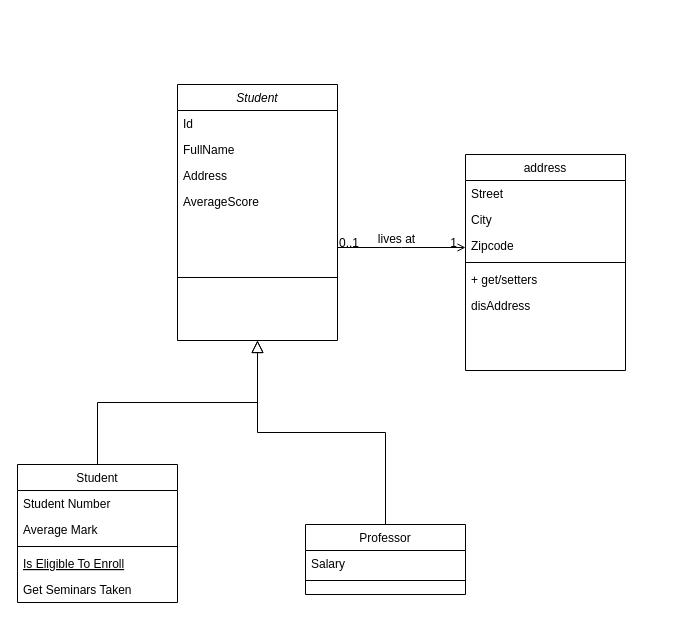
This is Biểu đồ không có tiêu đề.drawio from davidbachngo/david, a draw.io file, before an edit. Source tidied: cells renumbered, new cells numbered last; positions are measured from the earlier drawing's top-left corner, leaving out a move shared by most shapes. Both pictures are drawn from the tidied source at 100%, with x=0, y=0 at pixel (17, 84).
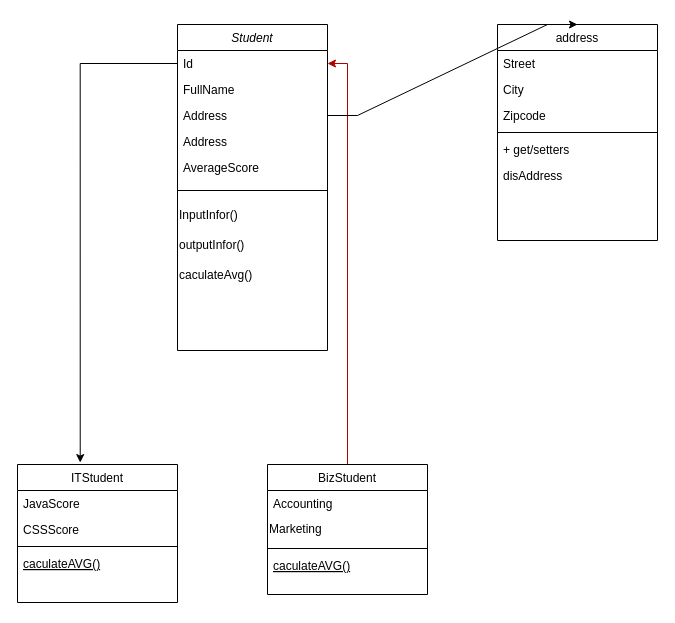
The same page after the edit.

Commit message (it also covers changes not shown here):
Cập nhật Biểu đồ không có tiêu đề.drawio

What changed in the source:
```diff
@@
     <mxCell id="2" value="Student" style="swimlane;fontStyle=2;align=center;verticalAlign=top;horizontal=1;startSize=26;rounded=0;shadow=0;strokeWidth=1;" parent="1" vertex="1">
-      <mxGeometry x="160" width="160" height="256" as="geometry" />
+      <mxGeometry x="160" y="-60" width="150" height="326" as="geometry" />
     </mxCell>
     <mxCell id="3" value="Id" style="text;align=left;verticalAlign=top;spacingLeft=4;spacingRight=4;overflow=hidden;points=[[0,0.5],[1,0.5]];portConstraint=eastwest;" parent="2" vertex="1">
-      <mxGeometry y="26" width="160" height="26" as="geometry" />
+      <mxGeometry y="26" width="150" height="26" as="geometry" />
     </mxCell>
     <mxCell id="4" value="FullName&#10;" style="text;align=left;verticalAlign=top;spacingLeft=4;spacingRight=4;overflow=hidden;rounded=0;shadow=0;html=0;" parent="2" vertex="1">
-      <mxGeometry y="52" width="160" height="26" as="geometry" />
+      <mxGeometry y="52" width="150" height="26" as="geometry" />
     </mxCell>
     <mxCell id="5" value="Address" style="text;align=left;verticalAlign=top;spacingLeft=4;spacingRight=4;overflow=hidden;points=[[0,0.5],[1,0.5]];portConstraint=eastwest;rounded=0;shadow=0;html=0;" parent="2" vertex="1">
-      <mxGeometry y="78" width="160" height="26" as="geometry" />
+      <mxGeometry y="78" width="150" height="26" as="geometry" />
     </mxCell>
+    <mxCell id="30" value="Address" style="text;align=left;verticalAlign=top;spacingLeft=4;spacingRight=4;overflow=hidden;rounded=0;shadow=0;html=0;" parent="2" vertex="1">
+      <mxGeometry y="104" width="150" height="26" as="geometry" />
+    </mxCell>
     <mxCell id="6" value="AverageScore" style="text;align=left;verticalAlign=top;spacingLeft=4;spacingRight=4;overflow=hidden;" parent="2" vertex="1">
-      <mxGeometry y="104" width="160" height="26" as="geometry" />
+      <mxGeometry y="130" width="150" height="26" as="geometry" />
     </mxCell>
     <mxCell id="7" style="line;html=1;strokeWidth=1;align=left;verticalAlign=middle;spacingTop=-1;spacingLeft=3;spacingRight=3;labelPosition=right;" parent="2" vertex="1">
-      <mxGeometry y="130" width="160" height="126" as="geometry" />
+      <mxGeometry y="156" width="150" height="20" as="geometry" />
     </mxCell>
+    <mxCell id="31" value="InputInfor()" style="text;strokeColor=none;align=left;fillColor=none;html=1;verticalAlign=middle;whiteSpace=wrap;rounded=0;" parent="2" vertex="1">
+      <mxGeometry y="176" width="150" height="30" as="geometry" />
+    </mxCell>
+    <mxCell id="32" value="outputInfor()" style="text;strokeColor=none;align=left;fillColor=none;html=1;verticalAlign=middle;whiteSpace=wrap;rounded=0;" parent="2" vertex="1">
+      <mxGeometry y="206" width="150" height="30" as="geometry" />
+    </mxCell>
+    <mxCell id="33" value="caculateAvg()" style="text;strokeColor=none;align=left;fillColor=none;html=1;verticalAlign=middle;whiteSpace=wrap;rounded=0;" parent="2" vertex="1">
+      <mxGeometry y="236" width="150" height="30" as="geometry" />
+    </mxCell>
+    <mxCell id="34" value="&lt;p class=&quot;MsoNormal&quot;&gt;&lt;br&gt;&lt;/p&gt;" style="text;whiteSpace=wrap;html=1;" parent="2" vertex="1">
+      <mxGeometry y="266" width="150" height="60" as="geometry" />
+    </mxCell>
-    <mxCell id="8" value="Student" style="swimlane;fontStyle=0;align=center;verticalAlign=top;horizontal=1;startSize=26;rounded=0;shadow=0;strokeWidth=1;" parent="1" vertex="1">
+    <mxCell id="8" value="ITStudent" style="swimlane;fontStyle=0;align=center;verticalAlign=top;horizontal=1;startSize=26;rounded=0;shadow=0;strokeWidth=1;" parent="1" vertex="1">
       <mxGeometry y="380" width="160" height="138" as="geometry" />
     </mxCell>
-    <mxCell id="9" value="Student Number" style="text;align=left;verticalAlign=top;spacingLeft=4;spacingRight=4;overflow=hidden;" parent="8" vertex="1">
+    <mxCell id="9" value="JavaScore" style="text;align=left;verticalAlign=top;spacingLeft=4;spacingRight=4;overflow=hidden;" parent="8" vertex="1">
       <mxGeometry y="26" width="160" height="26" as="geometry" />
     </mxCell>
-    <mxCell id="10" value="Average Mark" style="text;align=left;verticalAlign=top;spacingLeft=4;spacingRight=4;overflow=hidden;rounded=0;shadow=0;html=0;" parent="8" vertex="1">
+    <mxCell id="10" value="CSSScore" style="text;align=left;verticalAlign=top;spacingLeft=4;spacingRight=4;overflow=hidden;rounded=0;shadow=0;html=0;" parent="8" vertex="1">
       <mxGeometry y="52" width="160" height="26" as="geometry" />
     </mxCell>
@@
-    <mxCell id="12" value="Is Eligible To Enroll" style="text;align=left;verticalAlign=top;spacingLeft=4;spacingRight=4;overflow=hidden;fontStyle=4;" parent="8" vertex="1">
+    <mxCell id="12" value="caculateAVG()" style="text;align=left;verticalAlign=top;spacingLeft=4;spacingRight=4;overflow=hidden;fontStyle=4;" parent="8" vertex="1">
       <mxGeometry y="86" width="160" height="26" as="geometry" />
     </mxCell>
-    <mxCell id="13" value="Get Seminars Taken" style="text;align=left;verticalAlign=top;spacingLeft=4;spacingRight=4;overflow=hidden;" parent="8" vertex="1">
-      <mxGeometry y="112" width="160" height="26" as="geometry" />
-    </mxCell>
-    <mxCell id="14" style="endArrow=block;endSize=10;endFill=0;shadow=0;strokeWidth=1;rounded=0;curved=0;edgeStyle=elbowEdgeStyle;elbow=vertical;" parent="1" edge="1" source="8" target="2">
-      <mxGeometry relative="1" as="geometry" />
-    </mxCell>
+    <mxCell id="35" style="edgeStyle=orthogonalEdgeStyle;rounded=0;jettySize=auto;html=1;exitX=0.5;exitY=0;exitDx=0;exitDy=0;entryX=1;entryY=0.5;entryDx=0;entryDy=0;fillColor=#e51400;strokeColor=#B20000;" parent="1" edge="1" source="15" target="3">
+      <mxGeometry relative="1" as="geometry" />
+    </mxCell>
-    <mxCell id="15" value="Professor" style="swimlane;fontStyle=0;align=center;verticalAlign=top;horizontal=1;startSize=26;rounded=0;shadow=0;strokeWidth=1;" parent="1" vertex="1">
-      <mxGeometry x="288" y="440" width="160" height="70" as="geometry" />
+    <mxCell id="15" value="BizStudent" style="swimlane;fontStyle=0;align=center;verticalAlign=top;horizontal=1;startSize=26;rounded=0;shadow=0;strokeWidth=1;" parent="1" vertex="1">
+      <mxGeometry x="250" y="380" width="160" height="130" as="geometry" />
     </mxCell>
-    <mxCell id="16" value="Salary" style="text;align=left;verticalAlign=top;spacingLeft=4;spacingRight=4;overflow=hidden;" parent="15" vertex="1">
-      <mxGeometry y="26" width="160" height="26" as="geometry" />
+    <mxCell id="16" value="Accounting" style="text;align=left;verticalAlign=top;spacingLeft=4;spacingRight=4;overflow=hidden;" parent="15" vertex="1">
+      <mxGeometry y="26" width="160" height="24" as="geometry" />
     </mxCell>
+    <mxCell id="36" value="Marketing" style="text;strokeColor=none;align=left;fillColor=none;html=1;verticalAlign=middle;whiteSpace=wrap;rounded=0;" parent="15" vertex="1">
+      <mxGeometry y="50" width="160" height="30" as="geometry" />
+    </mxCell>
     <mxCell id="17" style="line;html=1;strokeWidth=1;align=left;verticalAlign=middle;spacingTop=-1;spacingLeft=3;spacingRight=3;labelPosition=right;" parent="15" vertex="1">
-      <mxGeometry y="52" width="160" height="8" as="geometry" />
+      <mxGeometry y="80" width="160" height="8" as="geometry" />
     </mxCell>
-    <mxCell id="18" style="endArrow=block;endSize=10;endFill=0;shadow=0;strokeWidth=1;rounded=0;curved=0;edgeStyle=elbowEdgeStyle;elbow=vertical;" parent="1" edge="1" source="15" target="2">
-      <mxGeometry relative="1" as="geometry" />
-    </mxCell>
+    <mxCell id="37" value="caculateAVG()" style="text;align=left;verticalAlign=top;spacingLeft=4;spacingRight=4;overflow=hidden;fontStyle=4;" parent="15" vertex="1">
+      <mxGeometry y="88" width="160" height="26" as="geometry" />
+    </mxCell>
     <mxCell id="19" value="address" style="swimlane;fontStyle=0;align=center;verticalAlign=top;horizontal=1;startSize=26;rounded=0;shadow=0;strokeWidth=1;" parent="1" vertex="1">
-      <mxGeometry x="448" y="70" width="160" height="216" as="geometry" />
+      <mxGeometry x="480" y="-60" width="160" height="216" as="geometry" />
     </mxCell>
@@
-    <mxCell id="26" style="endArrow=open;shadow=0;strokeWidth=1;rounded=0;curved=0;endFill=1;edgeStyle=elbowEdgeStyle;elbow=vertical;" parent="1" edge="1" source="2" target="19">
-      <mxGeometry x="0.5" y="41" relative="1" as="geometry">
-        <mxPoint x="-40" y="32" as="offset" />
-      </mxGeometry>
-    </mxCell>
-    <mxCell id="27" value="0..1" style="align=left;verticalAlign=bottom;labelBackgroundColor=none;fontSize=12;" parent="26" vertex="1">
-      <mxGeometry x="-1" relative="1" as="geometry">
-        <mxPoint y="4" as="offset" />
-      </mxGeometry>
-    </mxCell>
-    <mxCell id="28" value="1" style="align=right;verticalAlign=bottom;labelBackgroundColor=none;fontSize=12;" parent="26" vertex="1">
-      <mxGeometry x="1" relative="1" as="geometry">
-        <mxPoint x="-7" y="4" as="offset" />
-      </mxGeometry>
-    </mxCell>
-    <mxCell id="29" value="lives at" style="text;html=1;align=center;verticalAlign=middle;labelBackgroundColor=none;rounded=0;shadow=0;strokeWidth=1;fontSize=12;" parent="26" vertex="1">
-      <mxGeometry x="0.5" y="49" relative="1" as="geometry">
-        <mxPoint x="-38" y="40" as="offset" />
-      </mxGeometry>
-    </mxCell>
+    <mxCell id="38" style="edgeStyle=orthogonalEdgeStyle;rounded=0;jettySize=auto;html=1;exitX=0;exitY=0.5;exitDx=0;exitDy=0;entryX=0.392;entryY=-0.014;entryDx=0;entryDy=0;entryPerimeter=0;" parent="1" edge="1" source="3" target="8">
+      <mxGeometry relative="1" as="geometry">
+        <Array as="points">
+          <mxPoint x="63" y="-21" />
+        </Array>
+      </mxGeometry>
+    </mxCell>
+    <mxCell id="39" style="edgeStyle=entityRelationEdgeStyle;rounded=0;jettySize=auto;html=1;entryX=0.5;entryY=0;entryDx=0;entryDy=0;" parent="1" edge="1" source="5" target="19">
+      <mxGeometry relative="1" as="geometry" />
+    </mxCell>
```
